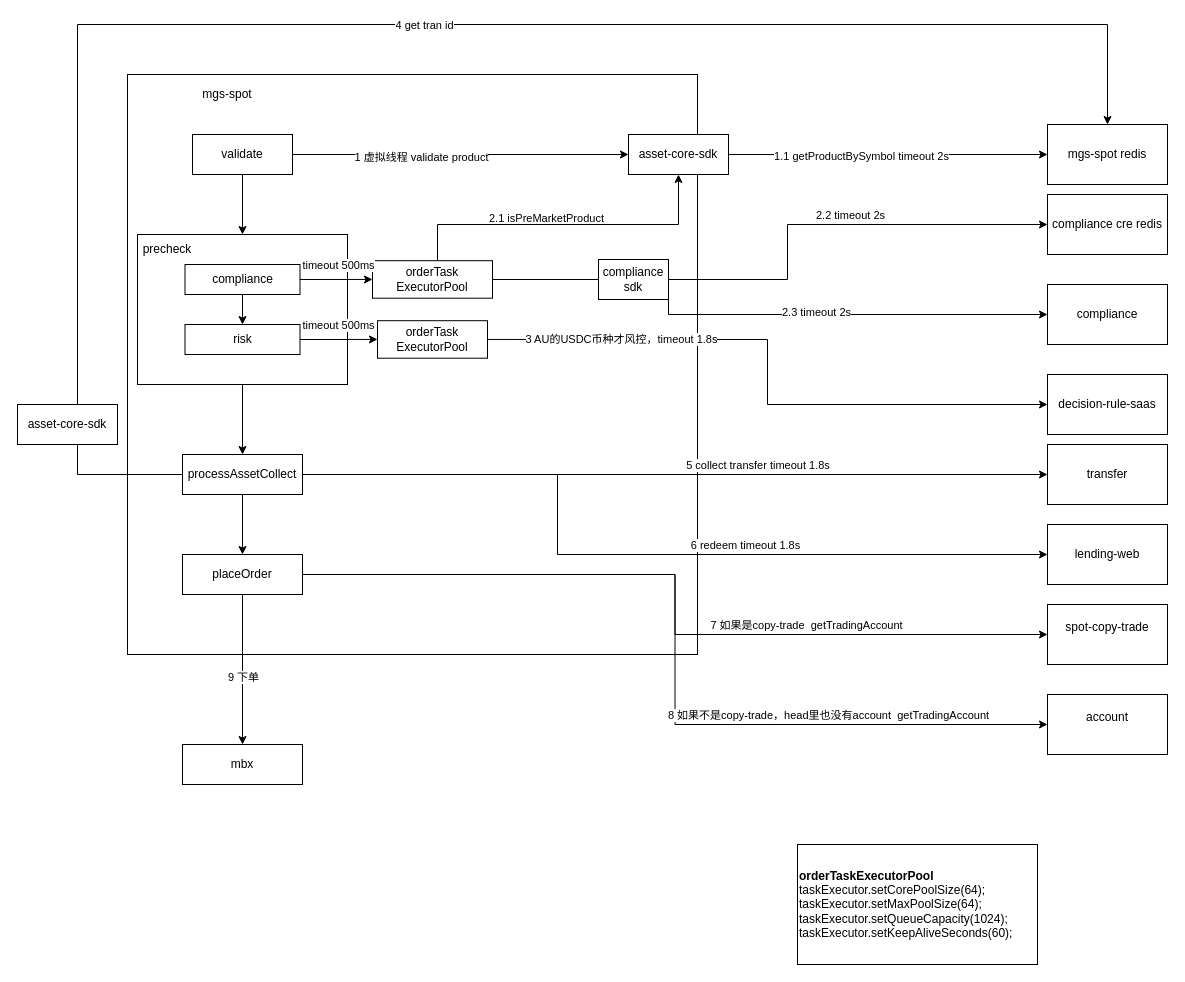
Before: doc/mgs-spot.drawio in jackjoesh/databend, a draw.io diagram. Source tidied: cells renumbered, new cells numbered last; positions are measured from the earlier drawing's top-left corner, leaving out a move shared by most shapes. Both pictures are drawn from the tidied source at 100%, with x=0, y=0 at pixel (17, 24).
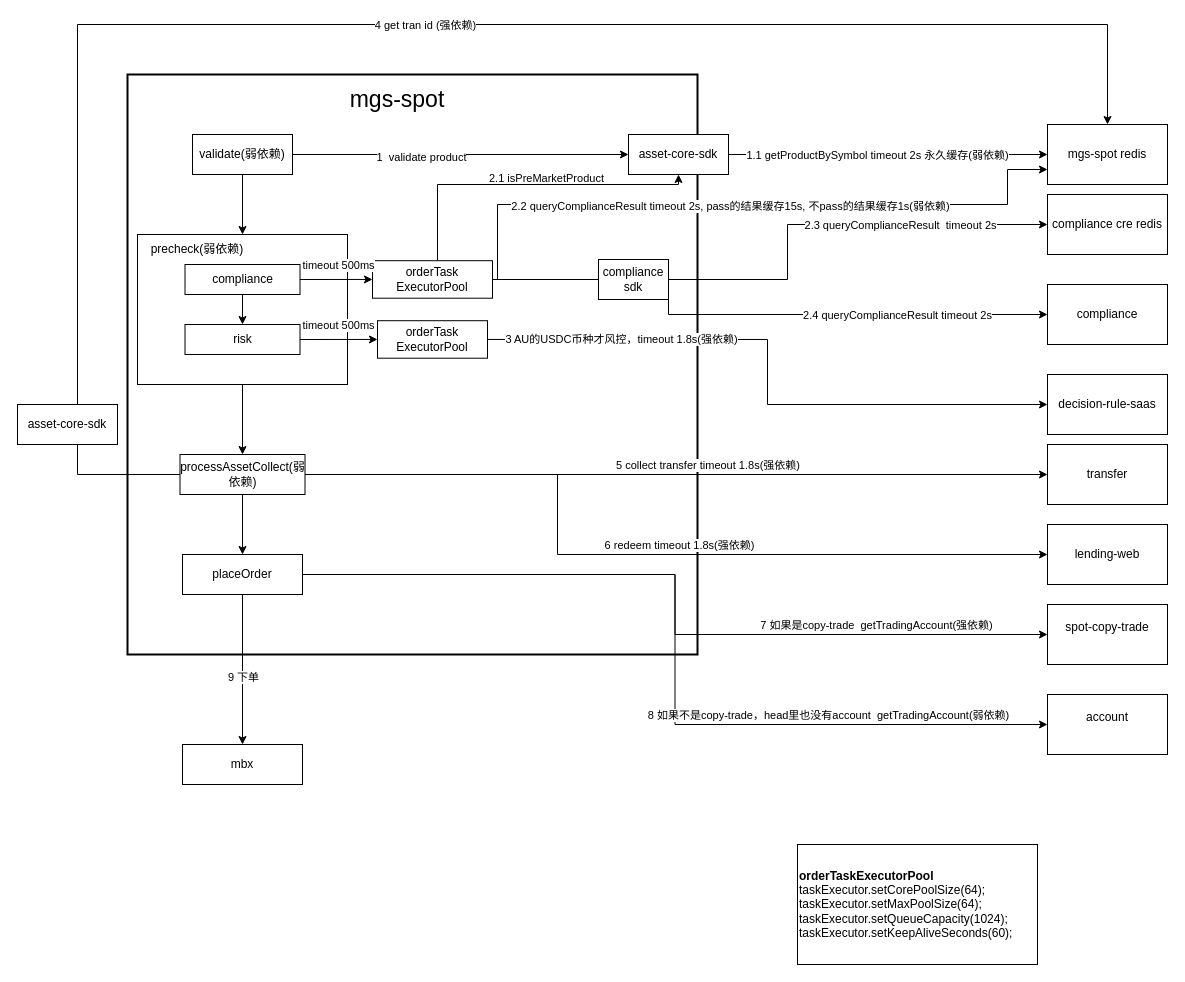
The same diagram, later.

Unchanged cells that the change refers to:
```xml
<mxCell id="2" style="edgeStyle=orthogonalEdgeStyle;rounded=0;jettySize=auto;html=1;exitX=1;exitY=0.5;exitDx=0;exitDy=0;entryX=0;entryY=0.5;entryDx=0;entryDy=0;" parent="1" edge="1" source="21" target="20">
  <mxGeometry relative="1" as="geometry" />
</mxCell>
<mxCell id="6" style="edgeStyle=orthogonalEdgeStyle;rounded=0;jettySize=auto;html=1;exitX=1;exitY=0.5;exitDx=0;exitDy=0;" parent="1" edge="1" source="8" target="21">
  <mxGeometry relative="1" as="geometry" />
</mxCell>
<mxCell id="13" style="edgeStyle=orthogonalEdgeStyle;rounded=0;jettySize=auto;html=1;exitX=1;exitY=0.5;exitDx=0;exitDy=0;entryX=0;entryY=0.5;entryDx=0;entryDy=0;" parent="1" edge="1" source="15" target="40">
  <mxGeometry relative="1" as="geometry" />
</mxCell>
<mxCell id="21" value="asset-core-sdk" style="rounded=0;whiteSpace=wrap;html=1;" parent="1" vertex="1">
  <mxGeometry x="611" y="110" width="100" height="40" as="geometry" />
</mxCell>
<mxCell id="29" value="orderTask&lt;div&gt;ExecutorPool&lt;/div&gt;" style="rounded=0;whiteSpace=wrap;html=1;" parent="1" vertex="1">
  <mxGeometry x="355" y="236.2" width="120" height="37.5" as="geometry" />
</mxCell>
<mxCell id="31" style="endArrow=classic;html=1;rounded=0;edgeStyle=orthogonalEdgeStyle;" parent="1" edge="1">
  <mxGeometry relative="1" as="geometry">
    <mxPoint x="475" y="255" as="sourcePoint" />
    <mxPoint x="1030" y="200" as="targetPoint" />
    <Array as="points">
      <mxPoint x="770" y="255" />
      <mxPoint x="770" y="200" />
    </Array>
  </mxGeometry>
</mxCell>
<mxCell id="35" style="edgeStyle=orthogonalEdgeStyle;rounded=0;jettySize=auto;html=1;exitX=1;exitY=0.5;exitDx=0;exitDy=0;entryX=0;entryY=0.5;entryDx=0;entryDy=0;" parent="1" edge="1" source="37" target="38">
  <mxGeometry relative="1" as="geometry" />
</mxCell>
<mxCell id="41" style="endArrow=classic;html=1;rounded=0;exitX=0;exitY=0.5;exitDx=0;exitDy=0;edgeStyle=orthogonalEdgeStyle;entryX=0.5;entryY=0;entryDx=0;entryDy=0;" parent="1" edge="1" source="15" target="20">
  <mxGeometry relative="1" as="geometry">
    <Array as="points">
      <mxPoint x="60" y="450" />
      <mxPoint x="60" />
      <mxPoint x="1090" />
    </Array>
  </mxGeometry>
</mxCell>
<mxCell id="46" style="endArrow=classic;html=1;rounded=0;edgeStyle=orthogonalEdgeStyle;" parent="1" edge="1">
  <mxGeometry relative="1" as="geometry">
    <mxPoint x="290" y="450" as="sourcePoint" />
    <mxPoint x="1030" y="530" as="targetPoint" />
    <Array as="points">
      <mxPoint x="540" y="530" />
    </Array>
  </mxGeometry>
</mxCell>
<mxCell id="50" style="endArrow=classic;html=1;rounded=0;entryX=0;entryY=0.5;entryDx=0;entryDy=0;edgeStyle=orthogonalEdgeStyle;exitX=1;exitY=0.5;exitDx=0;exitDy=0;" parent="1" edge="1" source="18" target="48">
  <mxGeometry relative="1" as="geometry" />
</mxCell>
<mxCell id="57" style="endArrow=classic;html=1;rounded=0;edgeStyle=orthogonalEdgeStyle;exitX=1;exitY=0.5;exitDx=0;exitDy=0;" parent="1" edge="1" source="34">
  <mxGeometry relative="1" as="geometry">
    <mxPoint x="1030" y="290" as="targetPoint" />
    <Array as="points">
      <mxPoint x="651" y="290" />
    </Array>
  </mxGeometry>
</mxCell>
```

The edit, as a diff of the source:
```diff
@@
-    <mxCell id="3" value="1.1 getProductBySymbol timeout 2s" style="edgeLabel;html=1;align=center;verticalAlign=middle;" parent="2" vertex="1">
-      <mxGeometry x="-0.17" y="-1" relative="1" as="geometry" />
+    <mxCell id="3" value="1.1 getProductBySymbol timeout 2s 永久缓存(弱依赖)" style="edgeLabel;html=1;align=center;verticalAlign=middle;" parent="2" vertex="1">
+      <mxGeometry x="-0.17" y="-1" relative="1" as="geometry">
+        <mxPoint x="16" y="-1" as="offset" />
+      </mxGeometry>
     </mxCell>
-    <mxCell id="4" style="whiteSpace=wrap;html=1;" parent="1" vertex="1">
+    <mxCell id="4" style="whiteSpace=wrap;html=1;strokeWidth=2;" parent="1" vertex="1">
       <mxGeometry x="110" y="50" width="570" height="580" as="geometry" />
     </mxCell>
@@
-    <mxCell id="7" value="1 虚拟线程&amp;nbsp;validate product" style="edgeLabel;html=1;align=center;verticalAlign=middle;" parent="6" vertex="1">
+    <mxCell id="7" value="1&amp;nbsp; validate product" style="edgeLabel;html=1;align=center;verticalAlign=middle;" parent="6" vertex="1">
       <mxGeometry x="-0.24" y="-2" relative="1" as="geometry" />
     </mxCell>
-    <mxCell id="8" value="validate" style="rounded=0;whiteSpace=wrap;html=1;" parent="1" vertex="1">
+    <mxCell id="8" value="validate(弱依赖)" style="rounded=0;whiteSpace=wrap;html=1;" parent="1" vertex="1">
       <mxGeometry x="175" y="110" width="100" height="40" as="geometry" />
     </mxCell>
@@
-    <mxCell id="14" value="5 collect transfer&amp;nbsp;timeout 1.8s&amp;nbsp;" style="edgeLabel;html=1;align=center;verticalAlign=middle;" parent="13" vertex="1">
+    <mxCell id="14" value="5 collect transfer&amp;nbsp;timeout 1.8s(强依赖)&amp;nbsp;" style="edgeLabel;html=1;align=center;verticalAlign=middle;" parent="13" vertex="1">
       <mxGeometry x="-0.64" y="3" relative="1" as="geometry">
-        <mxPoint x="322" y="-7" as="offset" />
+        <mxPoint x="270" y="-7" as="offset" />
       </mxGeometry>
     </mxCell>
-    <mxCell id="15" value="processAssetCollect" style="rounded=0;whiteSpace=wrap;html=1;" parent="1" vertex="1">
-      <mxGeometry x="165" y="430" width="120" height="40" as="geometry" />
+    <mxCell id="15" value="processAssetCollect(弱依赖)" style="rounded=0;whiteSpace=wrap;html=1;" parent="1" vertex="1">
+      <mxGeometry x="162.5" y="430" width="125" height="40" as="geometry" />
     </mxCell>
@@
-    <mxCell id="19" value="mgs-spot" style="text;html=1;whiteSpace=wrap;strokeColor=none;fillColor=none;align=center;verticalAlign=middle;rounded=0;" parent="1" vertex="1">
-      <mxGeometry x="160" y="55" width="100" height="30" as="geometry" />
+    <mxCell id="19" value="mgs-spot" style="text;html=1;whiteSpace=wrap;strokeColor=none;fillColor=none;align=center;verticalAlign=middle;rounded=0;fontSize=23;" parent="1" vertex="1">
+      <mxGeometry x="330" y="60" width="100" height="30" as="geometry" />
     </mxCell>
@@
-    <mxCell id="22" value="precheck" style="text;html=1;whiteSpace=wrap;strokeColor=none;fillColor=none;align=center;verticalAlign=middle;rounded=0;" parent="1" vertex="1">
-      <mxGeometry x="120" y="210" width="60" height="30" as="geometry" />
+    <mxCell id="22" value="precheck(弱依赖)" style="text;html=1;whiteSpace=wrap;strokeColor=none;fillColor=none;align=center;verticalAlign=middle;rounded=0;" parent="1" vertex="1">
+      <mxGeometry x="120" y="210" width="120" height="30" as="geometry" />
     </mxCell>
@@
     <mxCell id="28" style="edgeStyle=orthogonalEdgeStyle;rounded=0;jettySize=auto;html=1;exitX=1;exitY=0.5;exitDx=0;exitDy=0;entryX=0.5;entryY=1;entryDx=0;entryDy=0;" parent="1" edge="1" source="29" target="21">
       <mxGeometry relative="1" as="geometry">
         <Array as="points">
           <mxPoint x="420" y="255" />
-          <mxPoint x="420" y="200" />
-          <mxPoint x="661" y="200" />
+          <mxPoint x="420" y="160" />
+          <mxPoint x="661" y="160" />
         </Array>
       </mxGeometry>
     </mxCell>
@@
-    <mxCell id="32" value="2.2 timeout 2s" style="edgeLabel;html=1;align=center;verticalAlign=middle;" parent="31" vertex="1">
+    <mxCell id="32" value="2.3 queryComplianceResult&amp;nbsp; timeout 2s" style="edgeLabel;html=1;align=center;verticalAlign=middle;" parent="31" vertex="1">
       <mxGeometry x="0.51" y="-4" relative="1" as="geometry">
-        <mxPoint x="-49" y="-14" as="offset" />
+        <mxPoint x="1" y="-4" as="offset" />
       </mxGeometry>
     </mxCell>
@@
-    <mxCell id="36" value="3 AU的USDC币种才风控，timeout 1.8s" style="edgeLabel;html=1;align=center;verticalAlign=middle;" parent="35" vertex="1">
+    <mxCell id="36" value="3 AU的USDC币种才风控，timeout 1.8s(强依赖)" style="edgeLabel;html=1;align=center;verticalAlign=middle;" parent="35" vertex="1">
       <mxGeometry x="-0.57" relative="1" as="geometry" />
     </mxCell>
@@
-    <mxCell id="42" value="4 get tran id" style="edgeLabel;html=1;align=center;verticalAlign=middle;" parent="41" vertex="1">
+    <mxCell id="42" value="4 get tran id (强依赖)" style="edgeLabel;html=1;align=center;verticalAlign=middle;" parent="41" vertex="1">
       <mxGeometry x="0.07" relative="1" as="geometry" />
     </mxCell>
@@
-    <mxCell id="47" value="6&amp;nbsp;redeem&amp;nbsp;timeout 1.8s" style="edgeLabel;html=1;align=center;verticalAlign=middle;" parent="46" vertex="1">
+    <mxCell id="47" value="6&amp;nbsp;redeem&amp;nbsp;timeout 1.8s(强依赖)" style="edgeLabel;html=1;align=center;verticalAlign=middle;" parent="46" vertex="1">
       <mxGeometry x="0.26" y="-1" relative="1" as="geometry">
-        <mxPoint y="-11" as="offset" />
+        <mxPoint x="-66" y="-11" as="offset" />
       </mxGeometry>
     </mxCell>
@@
-    <mxCell id="51" value="7 如果是copy-trade&amp;nbsp; getTradingAccount" style="edgeLabel;html=1;align=center;verticalAlign=middle;" parent="50" vertex="1">
+    <mxCell id="51" value="7 如果是copy-trade&amp;nbsp; getTradingAccount(强依赖)" style="edgeLabel;html=1;align=center;verticalAlign=middle;" parent="50" vertex="1">
       <mxGeometry x="0.35" relative="1" as="geometry">
-        <mxPoint x="20" y="-10" as="offset" />
+        <mxPoint x="90" y="-10" as="offset" />
       </mxGeometry>
     </mxCell>
@@
-    <mxCell id="53" value="8 如果不是copy-trade，head里也没有account&amp;nbsp; getTradingAccount" style="edgeLabel;html=1;align=center;verticalAlign=middle;" parent="1" vertex="1">
+    <mxCell id="53" value="8 如果不是copy-trade，head里也没有account&amp;nbsp; getTradingAccount(弱依赖)" style="edgeLabel;html=1;align=center;verticalAlign=middle;" parent="1" vertex="1">
       <mxGeometry x="810" y="690" as="geometry" />
     </mxCell>
@@
-    <mxCell id="58" value="2.3 timeout 2s" style="edgeLabel;html=1;align=center;verticalAlign=middle;" parent="57" vertex="1">
-      <mxGeometry x="-0.12" y="3" relative="1" as="geometry" />
+    <mxCell id="58" value="2.4 queryComplianceResult timeout 2s" style="edgeLabel;html=1;align=center;verticalAlign=middle;" parent="57" vertex="1">
+      <mxGeometry x="-0.12" y="3" relative="1" as="geometry">
+        <mxPoint x="81" y="3" as="offset" />
+      </mxGeometry>
     </mxCell>
     <mxCell id="59" value="&lt;span style=&quot;color: rgb(0, 0, 0); font-family: Helvetica; font-size: 11px; font-style: normal; font-variant-ligatures: normal; font-variant-caps: normal; font-weight: 400; letter-spacing: normal; orphans: 2; text-align: center; text-indent: 0px; text-transform: none; widows: 2; word-spacing: 0px; -webkit-text-stroke-width: 0px; white-space: nowrap; background-color: rgb(255, 255, 255); text-decoration-thickness: initial; text-decoration-style: initial; text-decoration-color: initial; float: none; display: inline !important;&quot;&gt;2.1 isPreMarketProduct&lt;/span&gt;" style="text;whiteSpace=wrap;html=1;" parent="1" vertex="1">
-      <mxGeometry x="470" y="180" width="120" height="20" as="geometry" />
+      <mxGeometry x="470" y="140" width="120" height="20" as="geometry" />
     </mxCell>
+    <mxCell id="60" style="endArrow=classic;html=1;rounded=0;entryX=0;entryY=0.5;entryDx=0;entryDy=0;edgeStyle=orthogonalEdgeStyle;" parent="1" edge="1">
+      <mxGeometry relative="1" as="geometry">
+        <mxPoint x="580" y="255" as="sourcePoint" />
+        <mxPoint x="1030" y="145" as="targetPoint" />
+        <Array as="points">
+          <mxPoint x="480" y="255" />
+          <mxPoint x="480" y="180" />
+          <mxPoint x="990" y="180" />
+          <mxPoint x="990" y="145" />
+        </Array>
+      </mxGeometry>
+    </mxCell>
+    <mxCell id="61" value="2.2 queryComplianceResult&amp;nbsp;timeout 2s, pass的结果缓存15s, 不pass的结果缓存1s(弱依赖)" style="edgeLabel;html=1;align=center;verticalAlign=middle;" parent="60" vertex="1">
+      <mxGeometry x="-0.39" y="-1" relative="1" as="geometry">
+        <mxPoint x="175" as="offset" />
+      </mxGeometry>
+    </mxCell>
```
